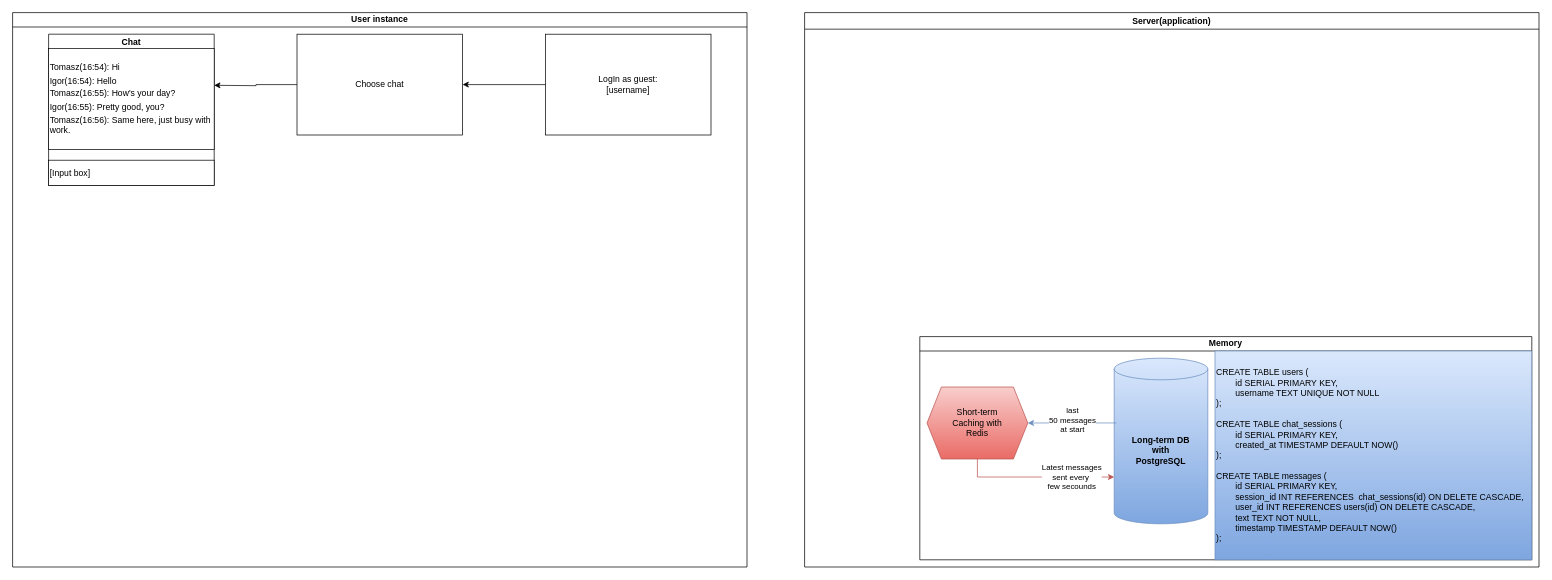
Before: Real-Time Chat & Notification System.drawio in tobac123/FastAPIchat, a draw.io diagram. Source tidied: cells renumbered, new cells numbered last; positions are measured from the earlier drawing's top-left corner, leaving out a move shared by most shapes. Both pictures are drawn from the tidied source at 72%, with x=0, y=0 at pixel (12, 12).
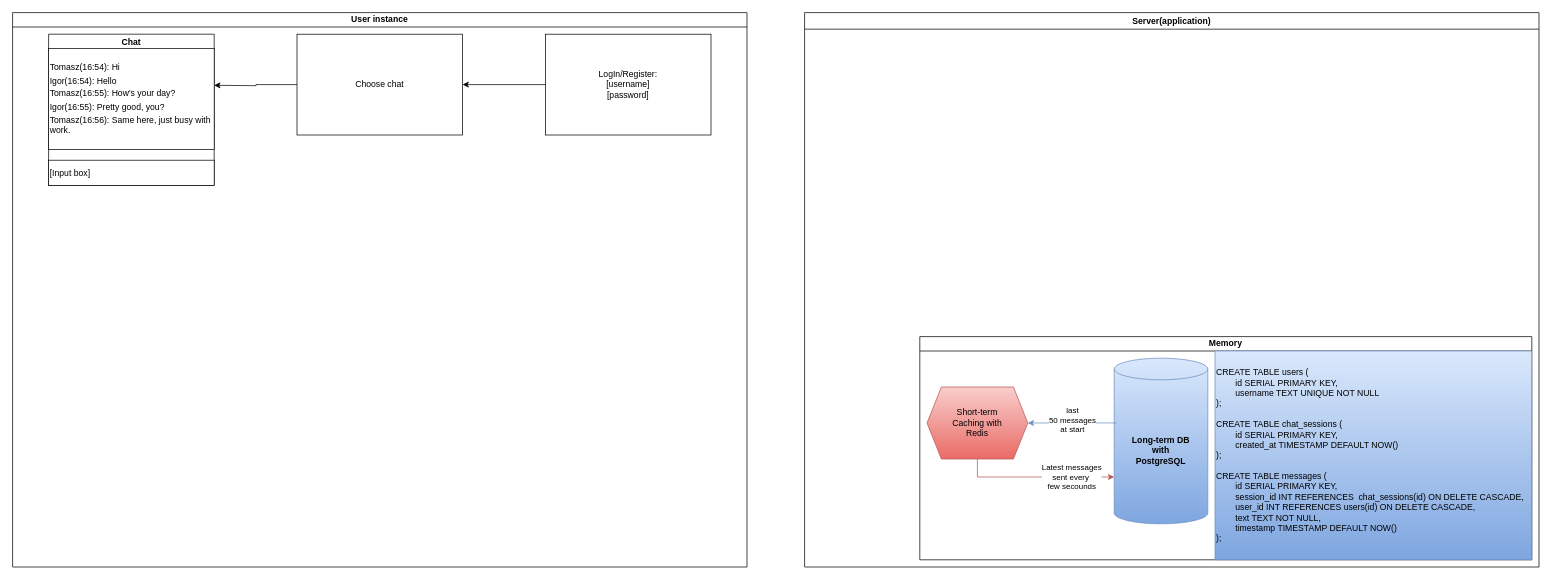
The same page after the edit.

Commit message (it also covers changes not shown here):
Started to code the backend, no db but login kinda works. I'm trying to do an MVP so not going deep here just yet.

Unchanged cells that the change refers to:
```xml
<mxCell id="2" value="User instance" style="swimlane;whiteSpace=wrap;html=1;startSize=20;" parent="1" vertex="1">
  <mxGeometry width="1020" height="770" as="geometry" />
</mxCell>
```

Diff of the diagram source:
```diff
@@
-    <mxCell id="6" value="LogIn as guest:&lt;div&gt;[username]&lt;/div&gt;" style="whiteSpace=wrap;html=1;" parent="2" vertex="1">
+    <mxCell id="6" value="LogIn/Register:&lt;div&gt;[username]&lt;/div&gt;&lt;div&gt;[password]&lt;/div&gt;" style="whiteSpace=wrap;html=1;" parent="2" vertex="1">
       <mxGeometry x="740" y="30" width="230" height="140" as="geometry" />
     </mxCell>
```
